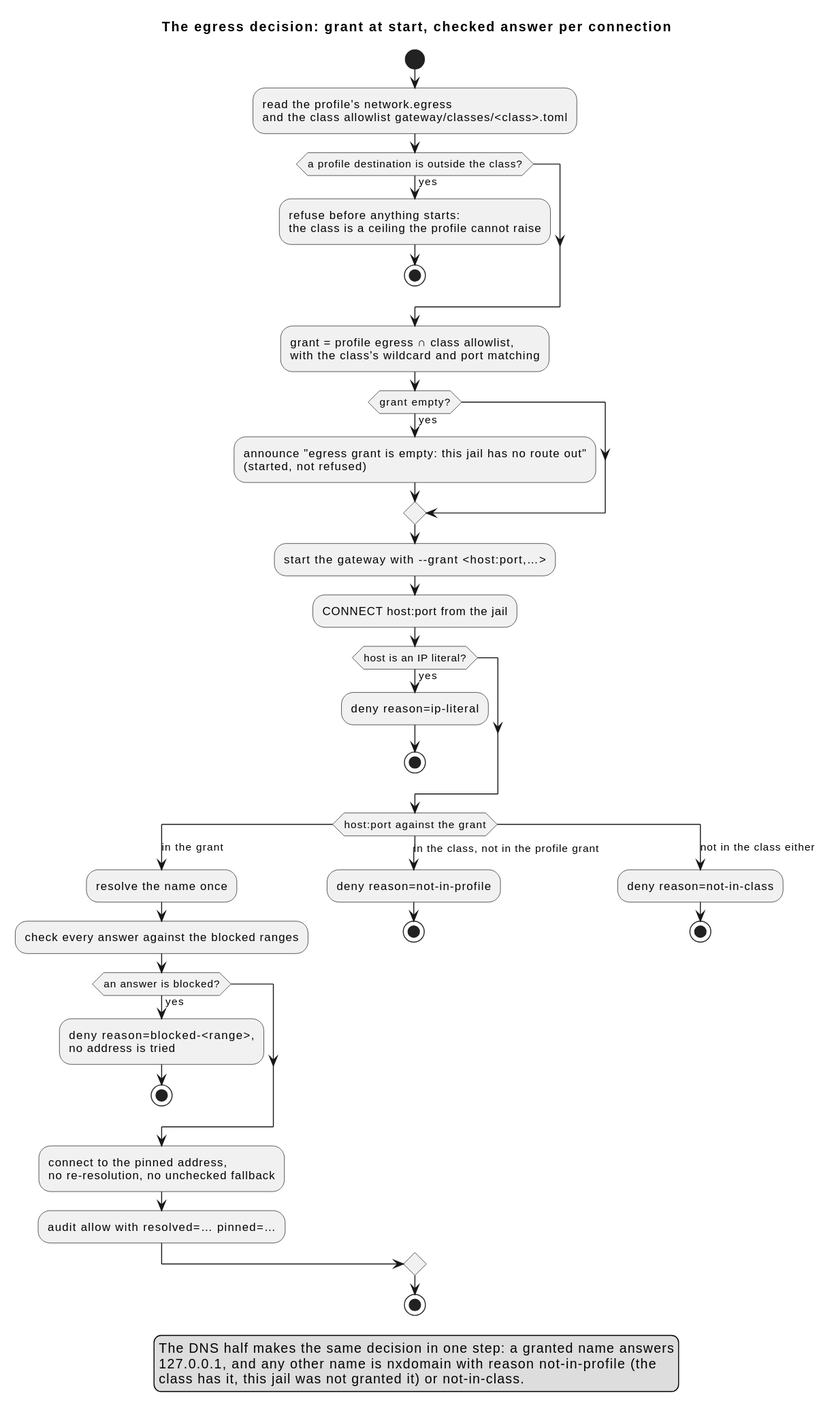
Earlier version of the PlantUML export docs/diagrams/egress-decision.svg (Breinich/agentjail). The source it was exported from:
```plantuml
@startuml
title The egress decision: grant at start, checked answer per connection

start
:read the profile's network.egress\nand the class allowlist gateway/classes/<class>.toml;
if (a profile destination is outside the class?) then (yes)
  :refuse before anything starts:\nthe class is a ceiling the profile cannot raise;
  stop
endif
:grant = profile egress ∩ class allowlist,\nwith the class's wildcard and port matching;
if (grant empty?) then (yes)
  :announce "egress grant is empty: this jail has no route out"\n(started, not refused);
endif
:start the gateway with &#45;&#45;grant <host:port,…>;
:CONNECT host:port from the jail;
if (host is an IP literal?) then (yes)
  :deny reason=ip-literal;
  stop
endif
switch (host:port against the grant)
case (in the grant)
  :resolve the name once;
  :check every answer against the blocked ranges;
  if (an answer is blocked?) then (yes)
    :deny reason=blocked-<range>,\nno address is tried;
    stop
  endif
  :connect to the pinned address,\nno re-resolution, no unchecked fallback;
  :audit allow with resolved=… pinned=…;
case (in the class, not in the profile grant)
  :deny reason=not-in-profile;
  stop
case (not in the class either)
  :deny reason=not-in-class;
  stop
endswitch
stop
legend bottom
  The DNS half makes the same decision in one step: a granted name answers
  127.0.0.1, and any other name is nxdomain with reason not-in-profile (the
  class has it, this jail was not granted it) or not-in-class.
endlegend
@enduml
```
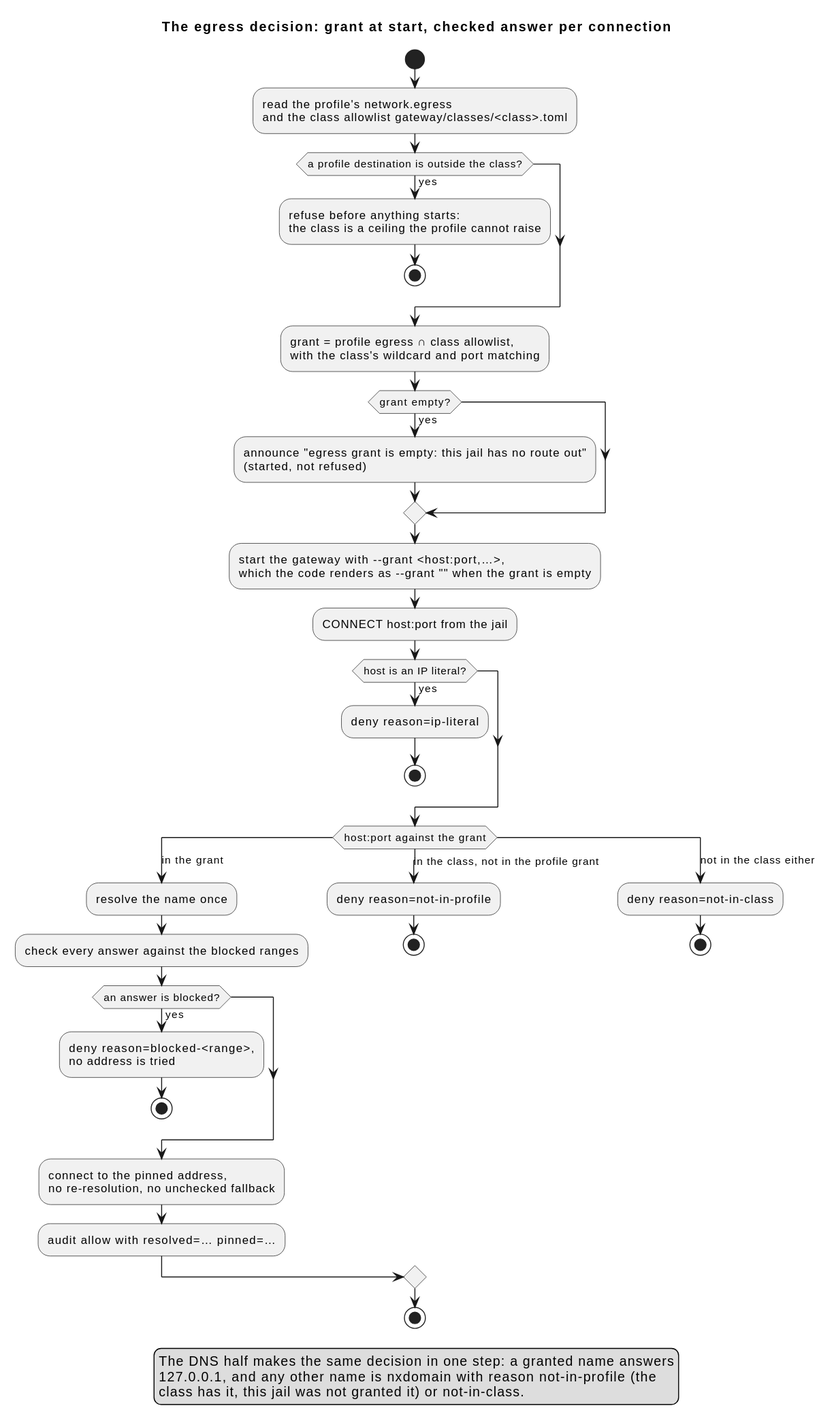
After the change.

Change to the diagram source:
```diff
@@ -11,7 +11,8 @@
 if (grant empty?) then (yes)
   :announce "egress grant is empty: this jail has no route out"\n(started, not refused);
 endif
-:start the gateway with &#45;&#45;grant <host:port,…>;
+:start the gateway with &#45;&#45;grant <host:port,…>,
+which the code renders as &#45;&#45;grant "" when the grant is empty;
 :CONNECT host:port from the jail;
 if (host is an IP literal?) then (yes)
   :deny reason=ip-literal;
```
